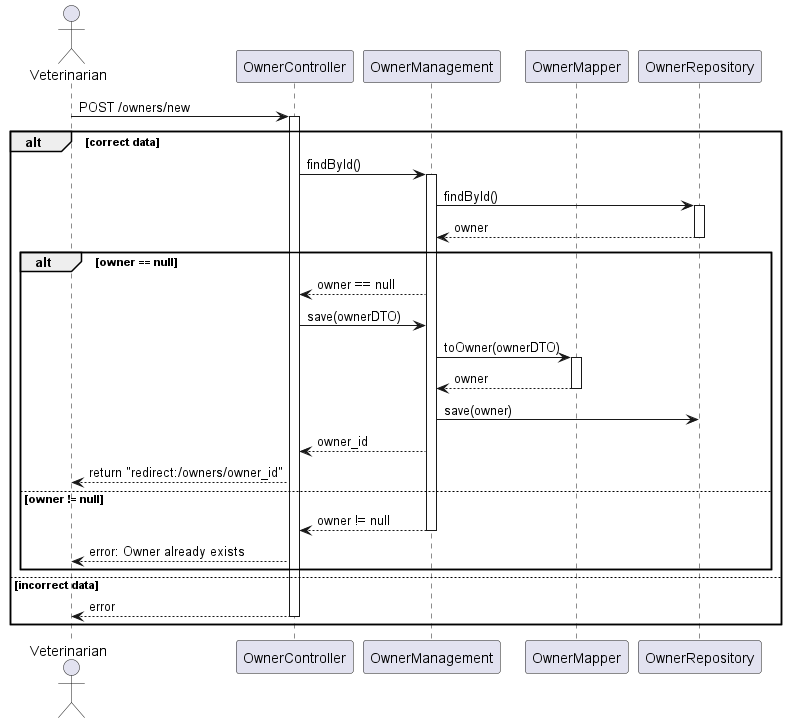
Earlier version of the PlantUML export docs/modulith/SD/AddOwner/N3AddOwner.png (miguel1211593/spring_modulith). Source of this version:
```plantuml
@startuml

actor Veterinarian
participant "OwnerController" as Controller
participant "OwnerManagement" as Service
participant "OwnerMapper" as Mapper
participant "OwnerRepository" as Repository

Veterinarian -> Controller: POST /owners/new
alt correct data
activate Controller
Controller -> Service: findById()
activate Service
Service -> Repository: findById()
activate Repository
Repository --> Service: owner
deactivate Repository
alt owner == null
Service --> Controller: owner == null
Controller -> Service: save(ownerDTO)
Service -> Mapper: toOwner(ownerDTO)
activate Mapper
Mapper --> Service: owner
deactivate Mapper
Service -> Repository: save(owner)
Service --> Controller: owner_id
Controller --> Veterinarian: return "redirect:/owners/owner_id"
else owner != null
Service --> Controller: owner != null
deactivate Service
Controller --> Veterinarian: error: Owner already exists
end
else incorrect data
Controller --> Veterinarian: error
deactivate Controller
end


@enduml
```
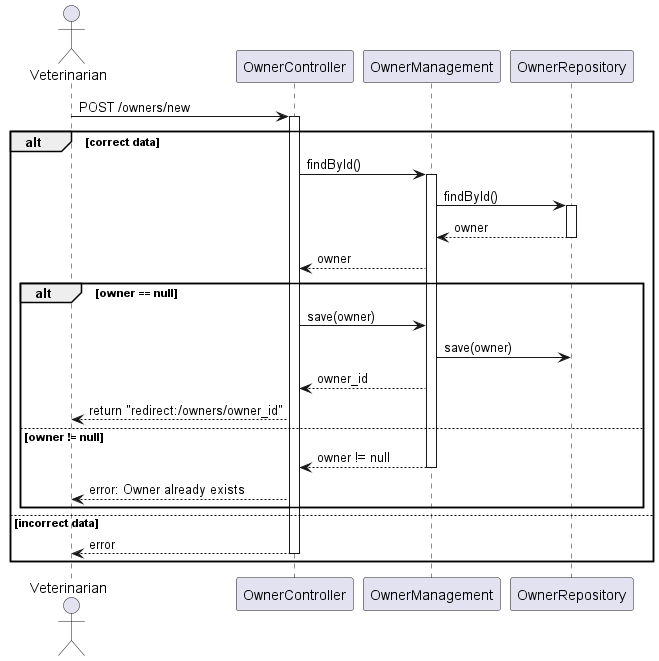
After the change.

Diff of the diagram source:
```diff
@@ -3,7 +3,6 @@
 actor Veterinarian
 participant "OwnerController" as Controller
 participant "OwnerManagement" as Service
-participant "OwnerMapper" as Mapper
 participant "OwnerRepository" as Repository
 
 Veterinarian -> Controller: POST /owners/new
@@ -15,13 +14,9 @@
 activate Repository
 Repository --> Service: owner
 deactivate Repository
+Service --> Controller: owner
 alt owner == null
-Service --> Controller: owner == null
-Controller -> Service: save(ownerDTO)
-Service -> Mapper: toOwner(ownerDTO)
-activate Mapper
-Mapper --> Service: owner
-deactivate Mapper
+Controller -> Service: save(owner)
 Service -> Repository: save(owner)
 Service --> Controller: owner_id
 Controller --> Veterinarian: return "redirect:/owners/owner_id"
```
